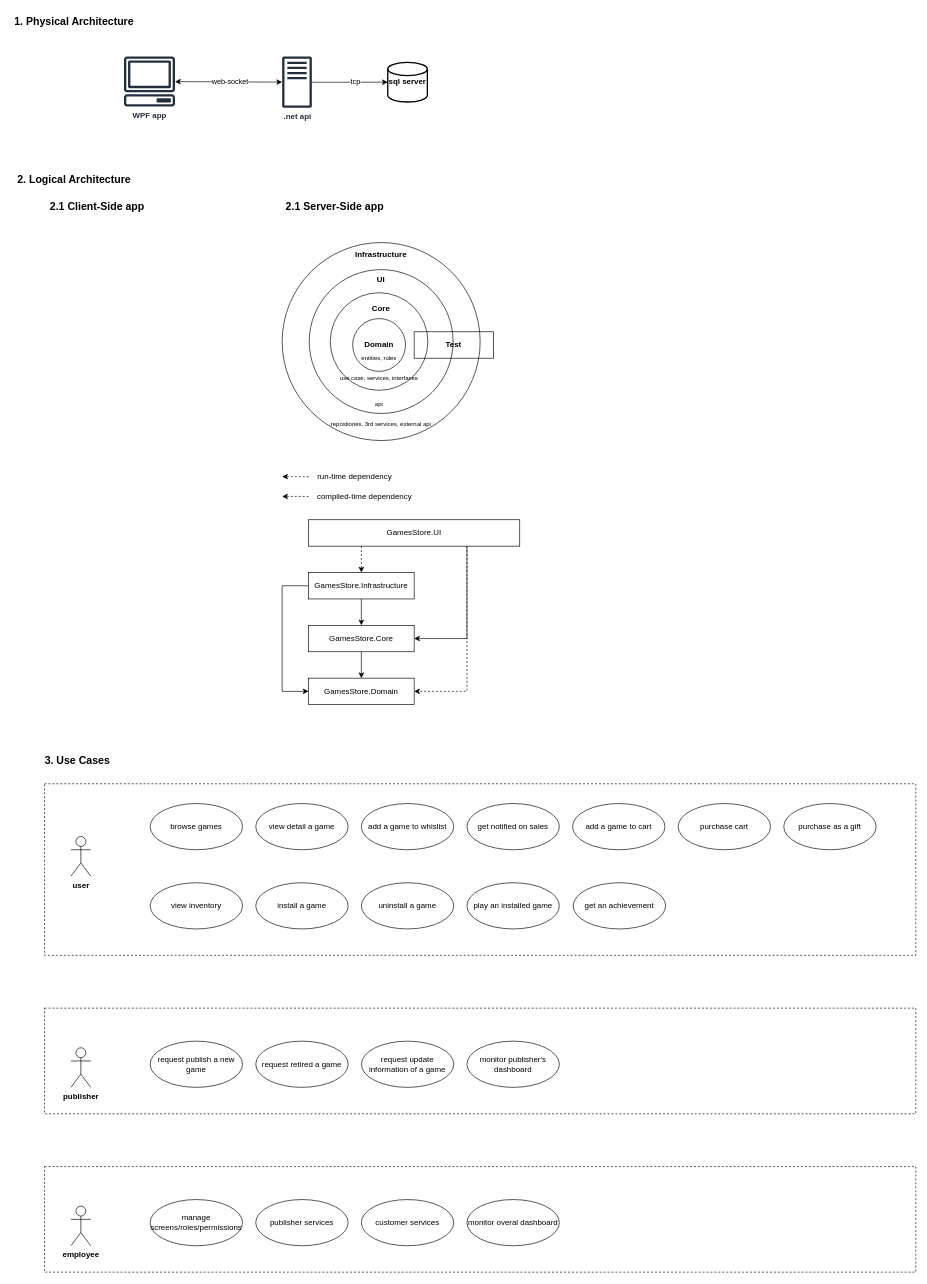
The draw.io diagram docs/architect.v1.drawio in binhld98/GamesStore, before the edit. Source tidied: cells renumbered, new cells numbered last; positions are measured from the earlier drawing's top-left corner, leaving out a move shared by most shapes. Both pictures are drawn from the tidied source at 66%, with x=0, y=0 at pixel (11, 11).
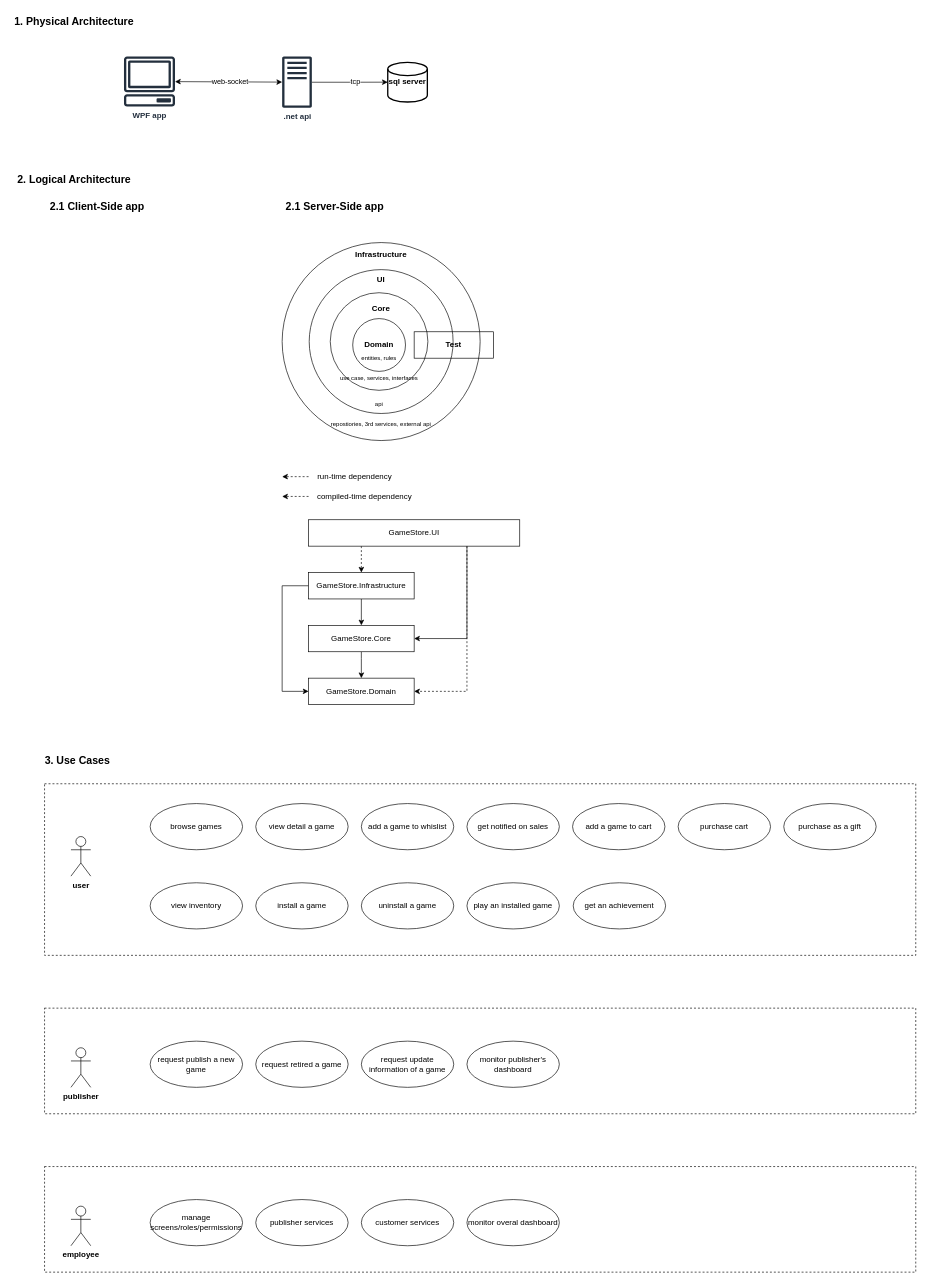
The same diagram, later.

Commit message:
docs: fix typo GameStore not GamesStore

What changed in the source:
```diff
@@
-    <mxCell id="30" value="GamesStore.Infrastructure" style="rounded=0;whiteSpace=wrap;html=1;" parent="1" vertex="1">
+    <mxCell id="30" value="GameStore.Infrastructure" style="rounded=0;whiteSpace=wrap;html=1;" parent="1" vertex="1">
       <mxGeometry x="450" y="850" width="160" height="40" as="geometry" />
     </mxCell>
@@
-    <mxCell id="34" value="GamesStore.UI" style="rounded=0;whiteSpace=wrap;html=1;" parent="1" vertex="1">
+    <mxCell id="34" value="GameStore.UI" style="rounded=0;whiteSpace=wrap;html=1;" parent="1" vertex="1">
       <mxGeometry x="450" y="770" width="320" height="40" as="geometry" />
     </mxCell>
@@
-    <mxCell id="36" value="GamesStore.Core" style="rounded=0;whiteSpace=wrap;html=1;" parent="1" vertex="1">
+    <mxCell id="36" value="GameStore.Core" style="rounded=0;whiteSpace=wrap;html=1;" parent="1" vertex="1">
       <mxGeometry x="450" y="930" width="160" height="40" as="geometry" />
     </mxCell>
-    <mxCell id="37" value="GamesStore.Domain" style="rounded=0;whiteSpace=wrap;html=1;" parent="1" vertex="1">
+    <mxCell id="37" value="GameStore.Domain" style="rounded=0;whiteSpace=wrap;html=1;" parent="1" vertex="1">
       <mxGeometry x="450" y="1010" width="160" height="40" as="geometry" />
     </mxCell>
```
